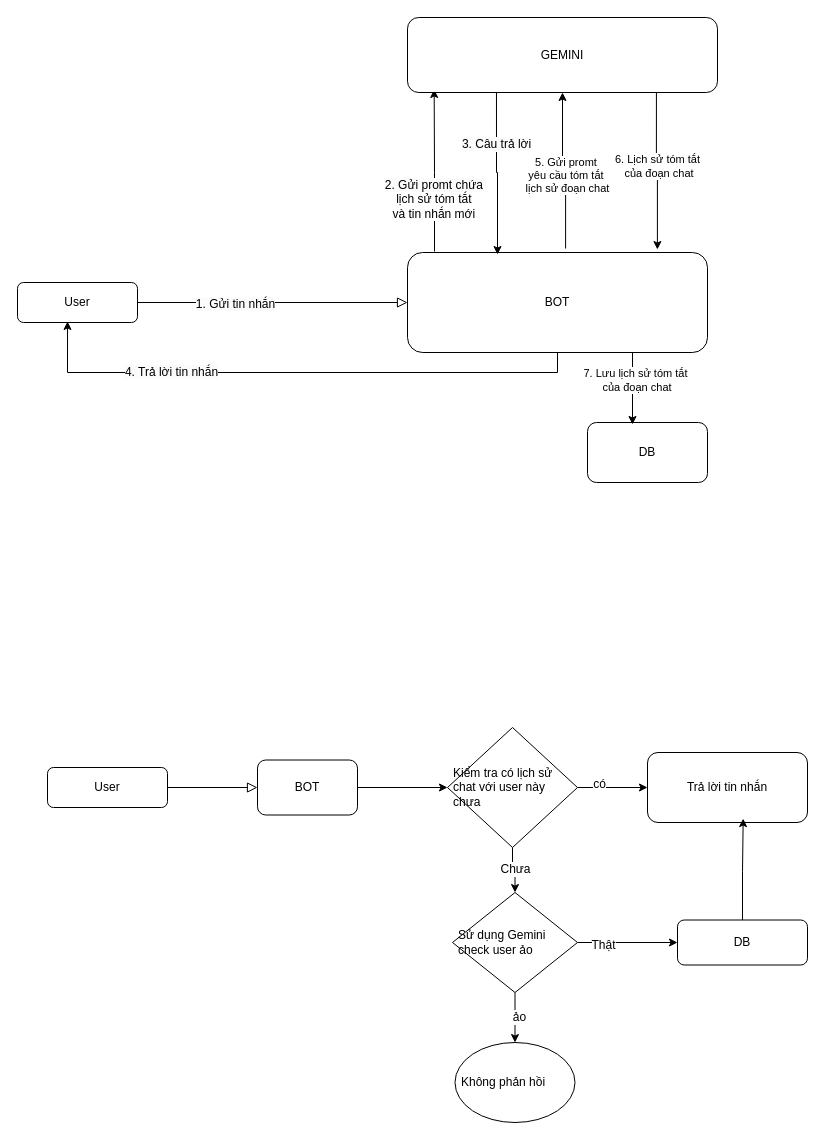
The draw.io diagram page "Page-1" (1 of 2) of Biểu đồ không có tiêu đề.drawio in Graphene101102/nextjs-trello-clone, before the edit. Source tidied: cells renumbered, new cells numbered last; positions are measured from the earlier drawing's top-left corner, leaving out a move shared by most shapes. Both pictures are drawn from the tidied source at 100%, with x=0, y=0 at pixel (17, 17).
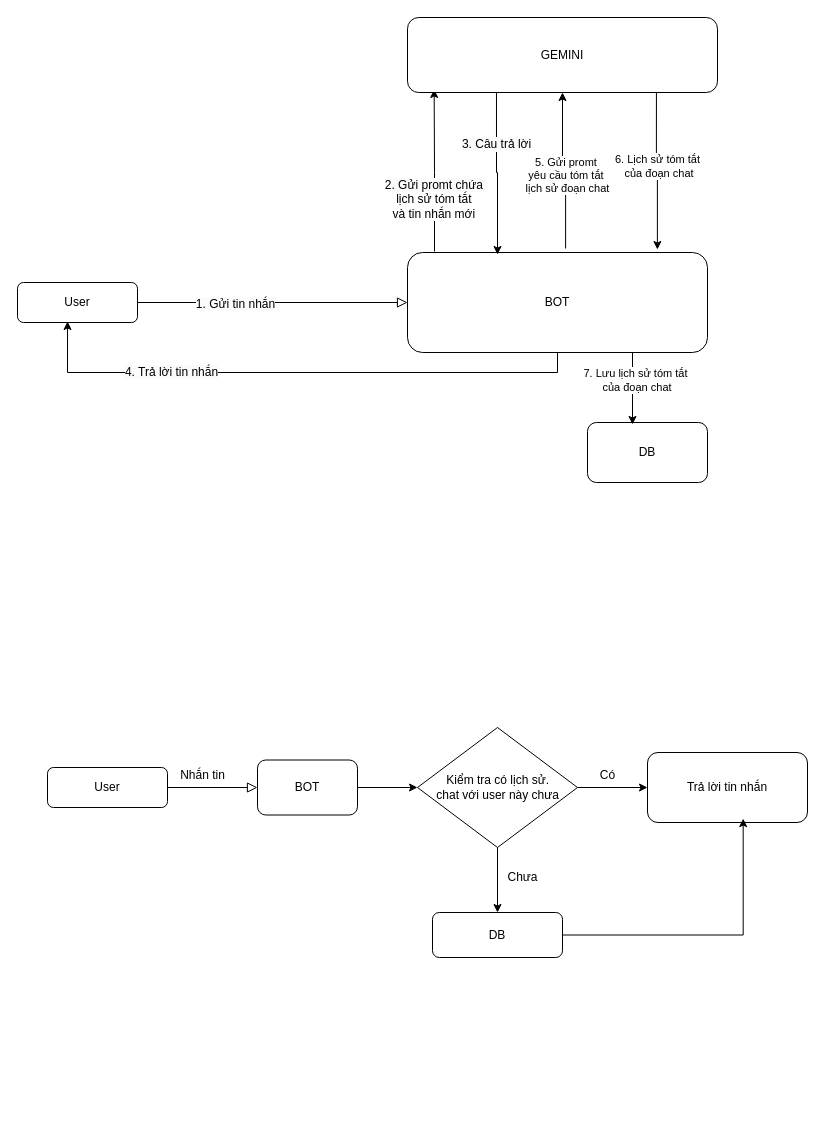
The same page after the edit.

The change refers to these unchanged cells:
```xml
<mxCell id="29" style="edgeStyle=orthogonalEdgeStyle;rounded=0;jettySize=auto;html=1;exitX=1;exitY=0.5;exitDx=0;exitDy=0;entryX=0;entryY=0.5;entryDx=0;entryDy=0;fontFamily=Helvetica;fontSize=12;fontColor=default;" parent="1" edge="1" source="31" target="37">
  <mxGeometry relative="1" as="geometry" />
</mxCell>
<mxCell id="37" value="Trả lời tin nhắn" style="rounded=1;whiteSpace=wrap;html=1;" parent="1" vertex="1">
  <mxGeometry x="630" y="735" width="160" height="70" as="geometry" />
</mxCell>
```

The edit, as a diff of the source:
```diff
@@
     <mxCell id="26" value="DB" style="rounded=1;whiteSpace=wrap;html=1;" parent="1" vertex="1">
-      <mxGeometry x="660" y="902.5" width="130" height="45" as="geometry" />
+      <mxGeometry x="415" y="895" width="130" height="45" as="geometry" />
     </mxCell>
-    <mxCell id="27" style="edgeStyle=orthogonalEdgeStyle;rounded=0;jettySize=auto;html=1;exitX=0.5;exitY=1;exitDx=0;exitDy=0;fontFamily=Helvetica;fontSize=12;fontColor=default;" parent="1" edge="1" source="31" target="36">
+    <mxCell id="27" style="edgeStyle=orthogonalEdgeStyle;rounded=0;jettySize=auto;html=1;exitX=0.5;exitY=1;exitDx=0;exitDy=0;fontFamily=Helvetica;fontSize=12;fontColor=default;" parent="1" edge="1" source="31" target="26">
       <mxGeometry relative="1" as="geometry" />
     </mxCell>
-    <mxCell id="28" value="Chưa" style="edgeLabel;html=1;align=center;verticalAlign=middle;spacingLeft=4;spacingRight=4;fontFamily=Helvetica;fontSize=12;fontColor=default;fillColor=none;gradientColor=none;" parent="27" vertex="1">
-      <mxGeometry x="-0.11" y="2" relative="1" as="geometry" />
-    </mxCell>
@@
-    <mxCell id="30" value="có" style="edgeLabel;html=1;align=center;verticalAlign=middle;spacingLeft=4;spacingRight=4;fontFamily=Helvetica;fontSize=12;fontColor=default;fillColor=none;gradientColor=none;" parent="29" vertex="1">
-      <mxGeometry x="-0.4" y="4" relative="1" as="geometry" />
-    </mxCell>
-    <mxCell id="31" value="Kiểm tra có lịch sử&amp;nbsp;&lt;div&gt;chat với user này chưa&lt;/div&gt;" style="rhombus;whiteSpace=wrap;html=1;align=left;verticalAlign=middle;spacingLeft=4;spacingRight=4;fontFamily=Helvetica;fontSize=12;fontColor=default;fillColor=none;gradientColor=none;" parent="1" vertex="1">
-      <mxGeometry x="430" y="710" width="130" height="120" as="geometry" />
+    <mxCell id="31" value="&amp;nbsp; &amp;nbsp; &amp;nbsp; &amp;nbsp;Kiểm tra có lịch sử. &amp;nbsp;&lt;div&gt;&amp;nbsp; &amp;nbsp; chat với user này chưa&lt;/div&gt;" style="rhombus;whiteSpace=wrap;html=1;align=left;verticalAlign=middle;spacingLeft=4;spacingRight=4;fontFamily=Helvetica;fontSize=12;fontColor=default;fillColor=none;gradientColor=none;" parent="1" vertex="1">
+      <mxGeometry x="400" y="710" width="160" height="120" as="geometry" />
     </mxCell>
-    <mxCell id="32" style="edgeStyle=orthogonalEdgeStyle;rounded=0;jettySize=auto;html=1;exitX=1;exitY=0.5;exitDx=0;exitDy=0;fontFamily=Helvetica;fontSize=12;fontColor=default;entryX=0;entryY=0.5;entryDx=0;entryDy=0;" parent="1" edge="1" source="36" target="26">
-      <mxGeometry relative="1" as="geometry" />
-    </mxCell>
-    <mxCell id="33" value="Thật" style="edgeLabel;html=1;align=center;verticalAlign=middle;spacingLeft=4;spacingRight=4;fontFamily=Helvetica;fontSize=12;fontColor=default;fillColor=none;gradientColor=none;" parent="32" vertex="1">
-      <mxGeometry x="-0.51" y="-2" relative="1" as="geometry" />
-    </mxCell>
-    <mxCell id="34" style="edgeStyle=orthogonalEdgeStyle;rounded=0;jettySize=auto;html=1;fontFamily=Helvetica;fontSize=12;fontColor=default;" parent="1" edge="1" source="36" target="39">
-      <mxGeometry relative="1" as="geometry" />
-    </mxCell>
-    <mxCell id="35" value="ảo" style="edgeLabel;html=1;align=center;verticalAlign=middle;spacingLeft=4;spacingRight=4;fontFamily=Helvetica;fontSize=12;fontColor=default;fillColor=none;gradientColor=none;" parent="34" vertex="1">
-      <mxGeometry x="-0.05" y="4" relative="1" as="geometry" />
-    </mxCell>
-    <mxCell id="36" value="Sử dụng Gemini check user ảo" style="rhombus;whiteSpace=wrap;html=1;align=left;verticalAlign=middle;spacingLeft=4;spacingRight=4;fontFamily=Helvetica;fontSize=12;fontColor=default;fillColor=none;gradientColor=none;" parent="1" vertex="1">
-      <mxGeometry x="435" y="875" width="125" height="100" as="geometry" />
-    </mxCell>
@@
-    <mxCell id="38" style="edgeStyle=orthogonalEdgeStyle;rounded=0;jettySize=auto;html=1;exitX=0.5;exitY=0;exitDx=0;exitDy=0;entryX=0.598;entryY=0.944;entryDx=0;entryDy=0;entryPerimeter=0;fontFamily=Helvetica;fontSize=12;fontColor=default;" parent="1" edge="1" source="26" target="37">
+    <mxCell id="38" style="edgeStyle=orthogonalEdgeStyle;rounded=0;jettySize=auto;html=1;exitX=1;exitY=0.5;exitDx=0;exitDy=0;entryX=0.598;entryY=0.944;entryDx=0;entryDy=0;entryPerimeter=0;fontFamily=Helvetica;fontSize=12;fontColor=default;" parent="1" edge="1" source="26" target="37">
       <mxGeometry relative="1" as="geometry" />
     </mxCell>
-    <mxCell id="39" value="Không phản hồi" style="ellipse;whiteSpace=wrap;html=1;align=left;verticalAlign=middle;spacingLeft=4;spacingRight=4;fontFamily=Helvetica;fontSize=12;fontColor=default;fillColor=none;gradientColor=none;" parent="1" vertex="1">
-      <mxGeometry x="437.5" y="1025" width="120" height="80" as="geometry" />
-    </mxCell>
+    <mxCell id="40" value="Nhắn tin" style="text;html=1;align=center;verticalAlign=middle;strokeColor=none;fillColor=none;fontFamily=Helvetica;fontSize=12;fontColor=default;" parent="1" vertex="1">
+      <mxGeometry x="150" y="742.5" width="70" height="30" as="geometry" />
+    </mxCell>
+    <mxCell id="41" value="Có" style="text;html=1;align=center;verticalAlign=middle;strokeColor=none;fillColor=none;fontFamily=Helvetica;fontSize=12;fontColor=default;" parent="1" vertex="1">
+      <mxGeometry x="570" y="742.5" width="40" height="30" as="geometry" />
+    </mxCell>
+    <mxCell id="28" value="Chưa" style="text;html=1;align=center;verticalAlign=middle;strokeColor=none;fillColor=none;fontFamily=Helvetica;fontSize=12;fontColor=default;" parent="1" vertex="1">
+      <mxGeometry x="480" y="845" width="50" height="30" as="geometry" />
+    </mxCell>
```
